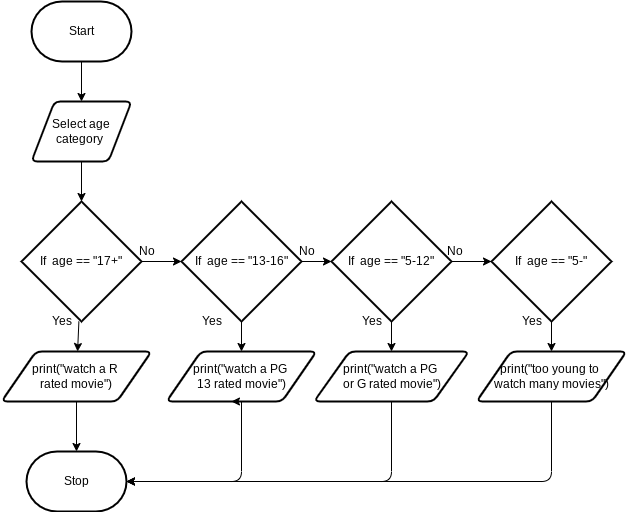
Before: design/flowchart.png, a diagram exported from draw.io (marshall-demars/ICS20-Unit5-03-JS). Source tidied: cells renumbered, new cells last; positions are measured from the earlier drawing's top-left corner, leaving out a move shared by most shapes.
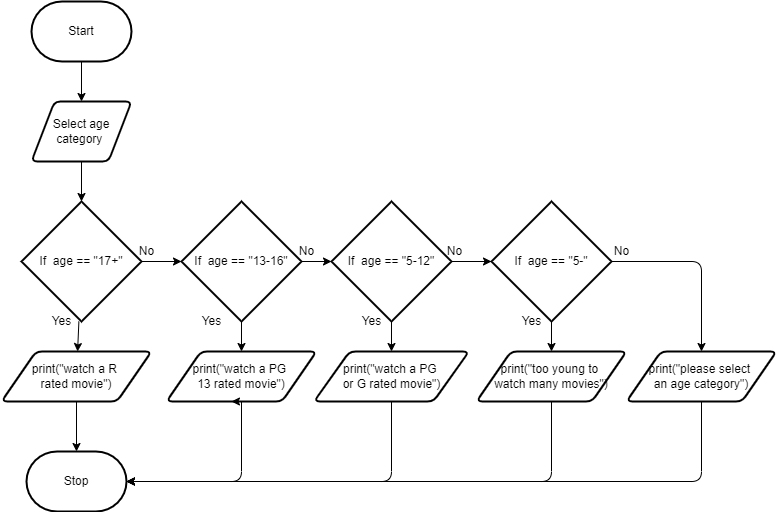
After the change.

What changed in the source:
```diff
@@ -51,6 +51,9 @@
     <mxCell id="16" style="edgeStyle=none;html=1;" parent="1" edge="1" source="17" target="23">
       <mxGeometry relative="1" as="geometry" />
     </mxCell>
+    <mxCell id="35" style="edgeStyle=orthogonalEdgeStyle;html=1;entryX=0.5;entryY=0;entryDx=0;entryDy=0;exitX=1;exitY=0.5;exitDx=0;exitDy=0;exitPerimeter=0;" parent="1" edge="1" source="17" target="37">
+      <mxGeometry relative="1" as="geometry" />
+    </mxCell>
     <mxCell id="17" value="If&amp;nbsp; age == &quot;5-&quot;" style="strokeWidth=2;html=1;shape=mxgraph.flowchart.decision;whiteSpace=wrap;" parent="1" vertex="1">
       <mxGeometry x="490" y="200" width="120" height="120" as="geometry" />
     </mxCell>
@@ -117,5 +120,18 @@
     <mxCell id="34" value="No" style="text;html=1;align=center;verticalAlign=middle;strokeColor=none;fillColor=none;" parent="1" vertex="1">
       <mxGeometry x="290" y="240" width="30" height="20" as="geometry" />
     </mxCell>
+    <mxCell id="36" style="edgeStyle=orthogonalEdgeStyle;html=1;entryX=1;entryY=0.5;entryDx=0;entryDy=0;entryPerimeter=0;" parent="1" edge="1" source="37" target="26">
+      <mxGeometry relative="1" as="geometry">
+        <Array as="points">
+          <mxPoint x="700" y="480" />
+        </Array>
+      </mxGeometry>
+    </mxCell>
+    <mxCell id="37" value="print(&quot;please select &lt;br&gt;an age category&quot;)" style="shape=parallelogram;html=1;strokeWidth=2;perimeter=parallelogramPerimeter;whiteSpace=wrap;rounded=1;arcSize=12;size=0.23;" parent="1" vertex="1">
+      <mxGeometry x="625" y="350" width="150" height="50" as="geometry" />
+    </mxCell>
+    <mxCell id="38" value="No" style="text;html=1;align=center;verticalAlign=middle;strokeColor=none;fillColor=none;" parent="1" vertex="1">
+      <mxGeometry x="605" y="240" width="30" height="20" as="geometry" />
+    </mxCell>
   </root>
 </mxGraphModel>
```
